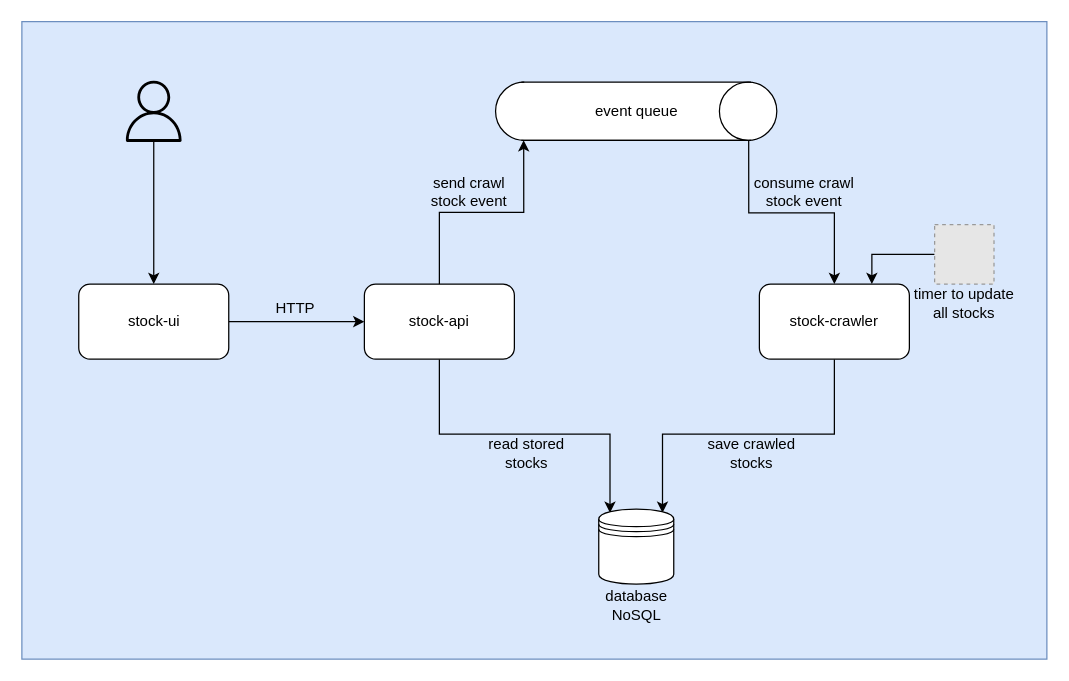
juliocesarscheidt/stock-trader keeps this draw.io diagram as page "application" (1 of 2) of images/stocks-project.drawio. Above is the earlier version. Source tidied: cells renumbered, new cells numbered last; positions are measured from the earlier drawing's top-left corner, leaving out a move shared by most shapes. Both pictures are drawn from the tidied source at 125%, with x=0, y=0 at pixel (21, -30). Pictures stored in the file or linked from it are replaced by grey dashed boxes.
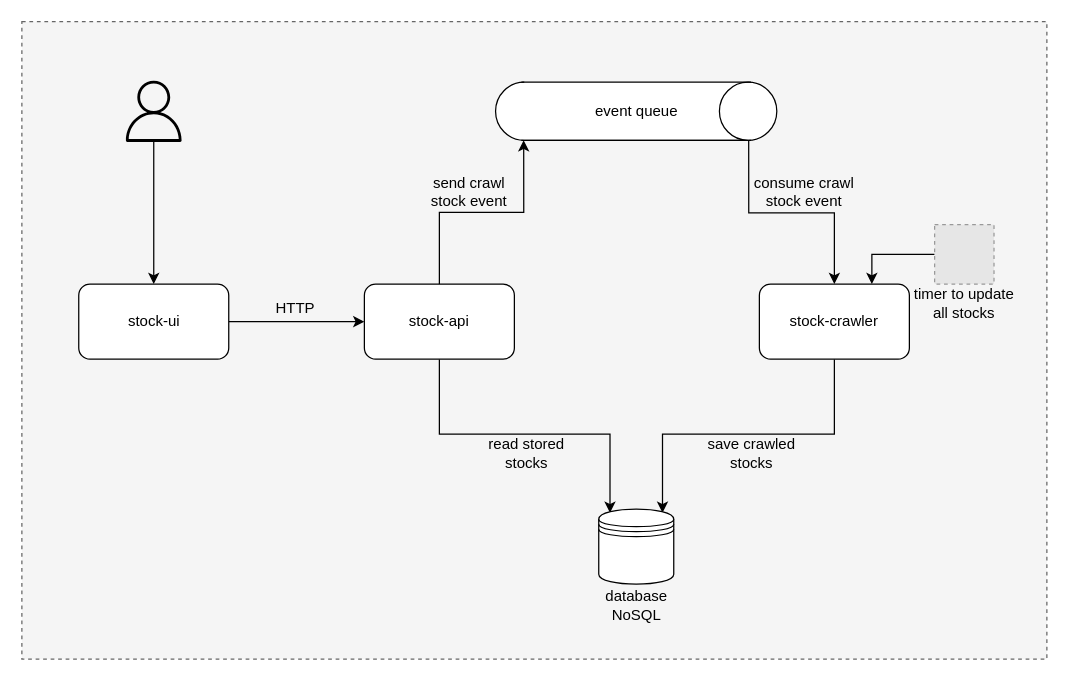
The same page after the edit.

The edit, as a diff of the source:
```diff
@@
-    <mxCell id="2" style="rounded=1;whiteSpace=wrap;html=1;arcSize=0;fillColor=#dae8fc;strokeColor=#6c8ebf;" parent="1" vertex="1">
+    <mxCell id="2" style="rounded=1;whiteSpace=wrap;html=1;arcSize=0;dashed=1;fillColor=#f5f5f5;fontColor=#333333;strokeColor=#666666;" parent="1" vertex="1">
       <mxGeometry y="40.8" width="820" height="510" as="geometry" />
     </mxCell>
```
